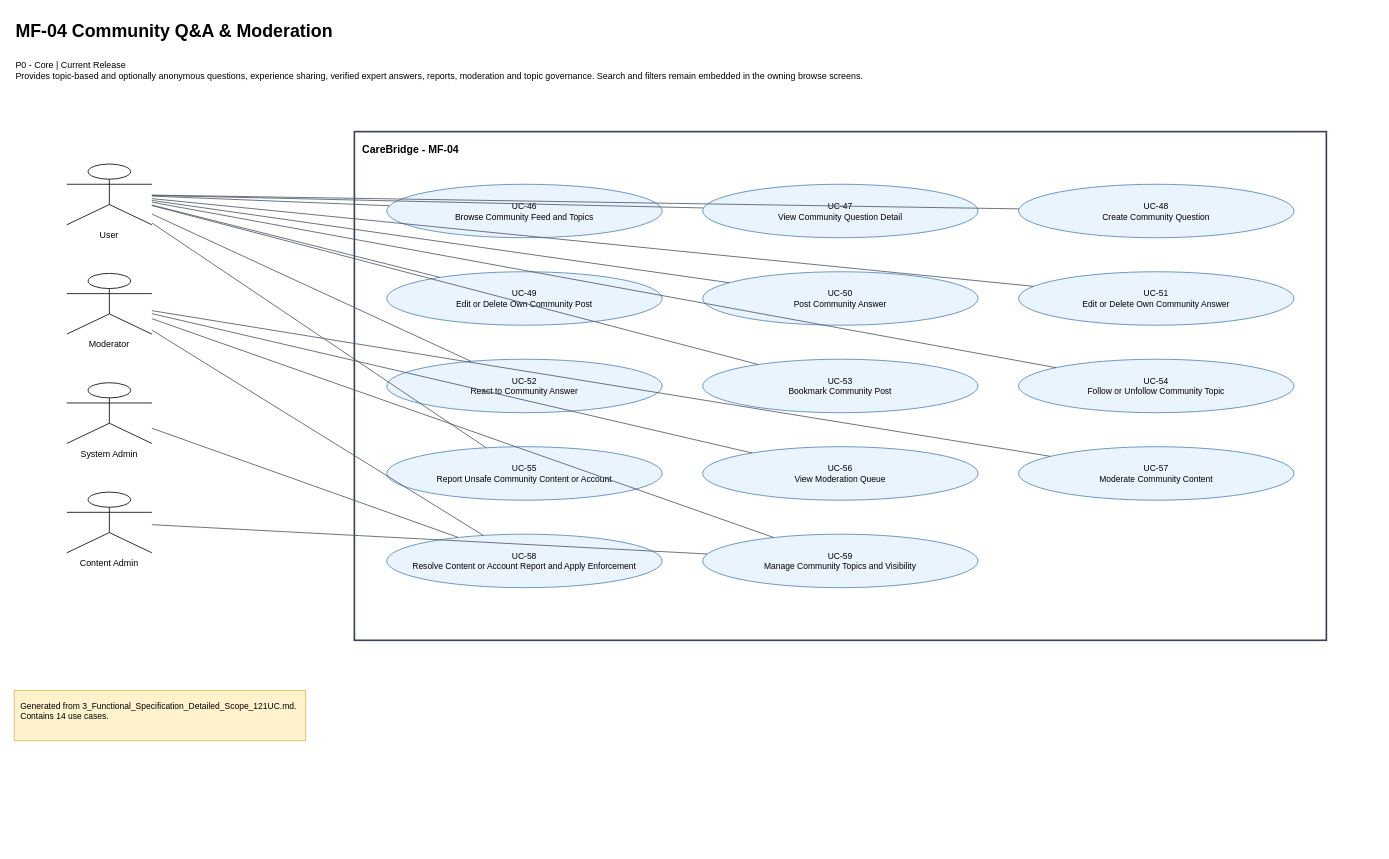
The draw.io diagram page "D-04. MF-04 Community Q&A & Moderation" (4 of 14) of 02_Requirements/UseCase/CareBridge_Use_Case_Diagrams.drawio in ChuongBDHE172784/CareBridge_SEP490_G79, before the edit. Source tidied: cells renumbered, new cells numbered last; positions are measured from the earlier drawing's top-left corner, leaving out a move shared by most shapes. Both pictures are drawn from the tidied source at 81%, with x=0, y=0 at pixel (14, 14).
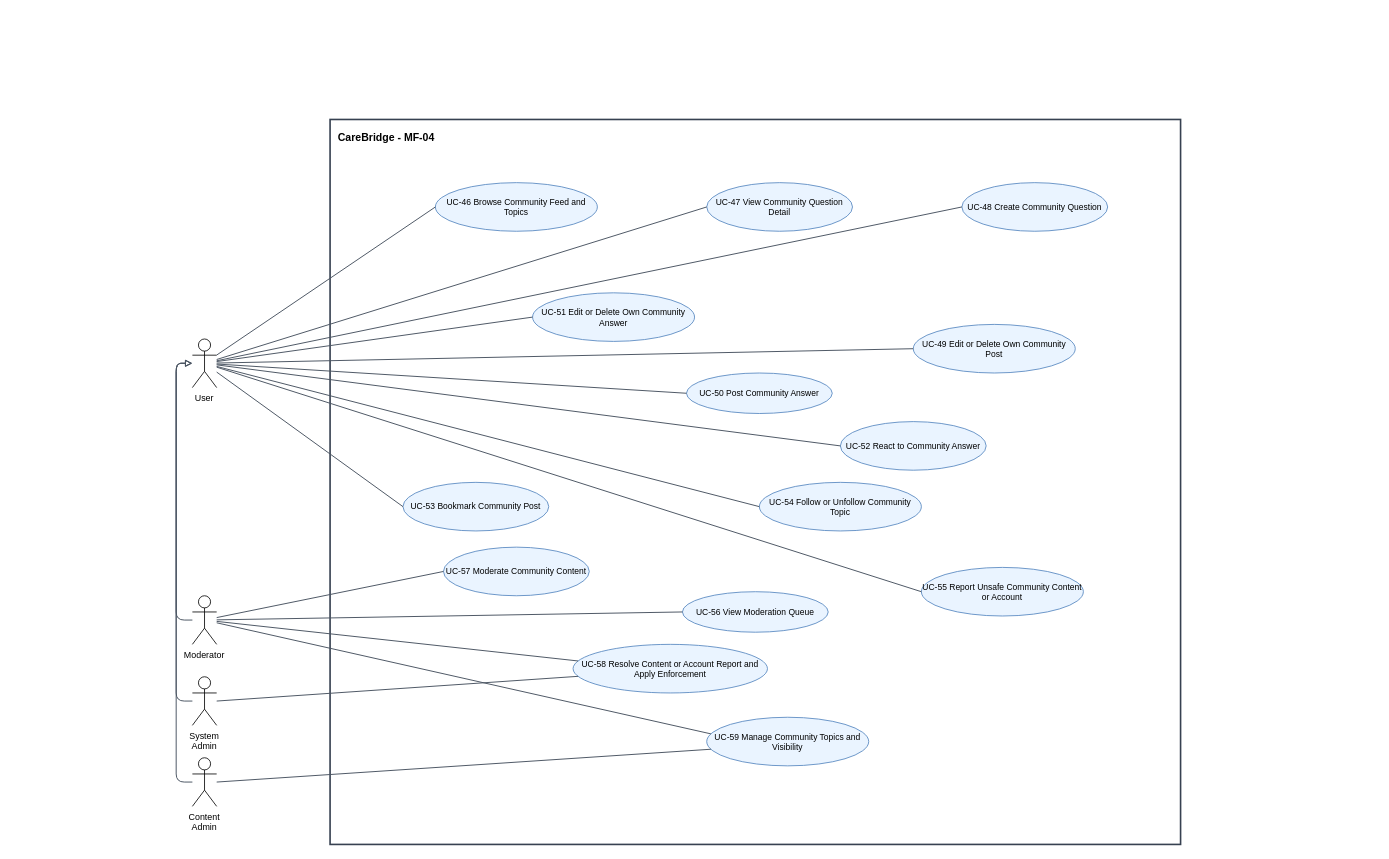
The same diagram, later.

The edit, as a diff of the source:
```diff
@@
-    <mxCell id="2" value="MF-04 Community Q&amp;A &amp; Moderation" style="text;html=1;strokeColor=none;fillColor=none;fontFamily=Arial;fontSize=22;fontStyle=1;align=left;verticalAlign=middle;" parent="1" vertex="1">
-      <mxGeometry width="1680" height="44" as="geometry" />
-    </mxCell>
-    <mxCell id="3" value="P0 - Core | Current Release&#10;Provides topic-based and optionally anonymous questions, experience sharing, verified expert answers, reports, moderation and topic governance. Search and filters remain embedded in the owning browse screens." style="text;html=1;strokeColor=none;fillColor=none;fontFamily=Arial;fontSize=11;align=left;verticalAlign=top;whiteSpace=wrap;" parent="1" vertex="1">
-      <mxGeometry y="50" width="1680" height="62" as="geometry" />
-    </mxCell>
     <mxCell id="4" value="CareBridge - MF-04" style="rounded=0;whiteSpace=wrap;html=1;fillColor=none;strokeColor=#374151;strokeWidth=2;fontFamily=Arial;fontSize=13;fontStyle=1;align=left;verticalAlign=top;spacing=10;" parent="1" vertex="1">
-      <mxGeometry x="420" y="145" width="1200" height="628" as="geometry" />
+      <mxGeometry x="390" y="130" width="1050" height="895" as="geometry" />
     </mxCell>
-    <mxCell id="5" value="Generated from 3_Functional_Specification_Detailed_Scope_121UC.md. Contains 14 use cases." style="rounded=0;whiteSpace=wrap;html=1;fillColor=#FFF2CC;strokeColor=#D6B656;fontFamily=Arial;fontSize=10.5;align=left;verticalAlign=top;spacing=8;" parent="1" vertex="1">
-      <mxGeometry y="835" width="360" height="62" as="geometry" />
-    </mxCell>
-    <mxCell id="6" value="User" style="shape=umlActor;verticalLabelPosition=bottom;verticalAlign=top;html=1;outlineConnect=0;whiteSpace=wrap;fontFamily=Arial;fontSize=11;align=center;" parent="1" vertex="1">
-      <mxGeometry x="65" y="185" width="105" height="75" as="geometry" />
-    </mxCell>
-    <mxCell id="7" value="Moderator" style="shape=umlActor;verticalLabelPosition=bottom;verticalAlign=top;html=1;outlineConnect=0;whiteSpace=wrap;fontFamily=Arial;fontSize=11;align=center;" parent="1" vertex="1">
-      <mxGeometry x="65" y="320" width="105" height="75" as="geometry" />
-    </mxCell>
-    <mxCell id="8" value="System Admin" style="shape=umlActor;verticalLabelPosition=bottom;verticalAlign=top;html=1;outlineConnect=0;whiteSpace=wrap;fontFamily=Arial;fontSize=11;align=center;" parent="1" vertex="1">
-      <mxGeometry x="65" y="455" width="105" height="75" as="geometry" />
-    </mxCell>
-    <mxCell id="9" value="Content Admin" style="shape=umlActor;verticalLabelPosition=bottom;verticalAlign=top;html=1;outlineConnect=0;whiteSpace=wrap;fontFamily=Arial;fontSize=11;align=center;" parent="1" vertex="1">
-      <mxGeometry x="65" y="590" width="105" height="75" as="geometry" />
-    </mxCell>
-    <mxCell id="10" value="UC-46&#10;Browse Community Feed and Topics" style="ellipse;whiteSpace=wrap;html=1;fillColor=#EAF4FF;strokeColor=#4F81BD;strokeWidth=1;fontFamily=Arial;fontSize=10.5;align=center;verticalAlign=middle;" parent="1" vertex="1">
-      <mxGeometry x="460" y="210" width="340" height="66" as="geometry" />
+    <mxCell id="10" value="UC-46 Browse Community Feed and Topics" style="ellipse;whiteSpace=wrap;html=1;fillColor=#EAF4FF;strokeColor=#4F81BD;strokeWidth=1;fontFamily=Arial;fontSize=10.5;align=center;verticalAlign=middle;" parent="4" vertex="1">
+      <mxGeometry x="130" y="78" width="200" height="60" as="geometry" />
     </mxCell>
-    <mxCell id="11" value="UC-47&#10;View Community Question Detail" style="ellipse;whiteSpace=wrap;html=1;fillColor=#EAF4FF;strokeColor=#4F81BD;strokeWidth=1;fontFamily=Arial;fontSize=10.5;align=center;verticalAlign=middle;" parent="1" vertex="1">
-      <mxGeometry x="850" y="210" width="340" height="66" as="geometry" />
+    <mxCell id="11" value="UC-47 View Community Question Detail" style="ellipse;whiteSpace=wrap;html=1;fillColor=#EAF4FF;strokeColor=#4F81BD;strokeWidth=1;fontFamily=Arial;fontSize=10.5;align=center;verticalAlign=middle;" parent="4" vertex="1">
+      <mxGeometry x="465" y="78" width="180" height="60" as="geometry" />
     </mxCell>
-    <mxCell id="12" value="UC-48&#10;Create Community Question" style="ellipse;whiteSpace=wrap;html=1;fillColor=#EAF4FF;strokeColor=#4F81BD;strokeWidth=1;fontFamily=Arial;fontSize=10.5;align=center;verticalAlign=middle;" parent="1" vertex="1">
-      <mxGeometry x="1240" y="210" width="340" height="66" as="geometry" />
+    <mxCell id="12" value="UC-48 Create Community Question" style="ellipse;whiteSpace=wrap;html=1;fillColor=#EAF4FF;strokeColor=#4F81BD;strokeWidth=1;fontFamily=Arial;fontSize=10.5;align=center;verticalAlign=middle;" parent="4" vertex="1">
+      <mxGeometry x="780" y="78" width="180" height="60" as="geometry" />
     </mxCell>
-    <mxCell id="13" value="UC-49&#10;Edit or Delete Own Community Post" style="ellipse;whiteSpace=wrap;html=1;fillColor=#EAF4FF;strokeColor=#4F81BD;strokeWidth=1;fontFamily=Arial;fontSize=10.5;align=center;verticalAlign=middle;" parent="1" vertex="1">
-      <mxGeometry x="460" y="318" width="340" height="66" as="geometry" />
+    <mxCell id="13" value="UC-49 Edit or Delete Own Community Post" style="ellipse;whiteSpace=wrap;html=1;fillColor=#EAF4FF;strokeColor=#4F81BD;strokeWidth=1;fontFamily=Arial;fontSize=10.5;align=center;verticalAlign=middle;" parent="4" vertex="1">
+      <mxGeometry x="720" y="253" width="200" height="60" as="geometry" />
     </mxCell>
-    <mxCell id="14" value="UC-50&#10;Post Community Answer" style="ellipse;whiteSpace=wrap;html=1;fillColor=#EAF4FF;strokeColor=#4F81BD;strokeWidth=1;fontFamily=Arial;fontSize=10.5;align=center;verticalAlign=middle;" parent="1" vertex="1">
-      <mxGeometry x="850" y="318" width="340" height="66" as="geometry" />
+    <mxCell id="14" value="UC-50 Post Community Answer" style="ellipse;whiteSpace=wrap;html=1;fillColor=#EAF4FF;strokeColor=#4F81BD;strokeWidth=1;fontFamily=Arial;fontSize=10.5;align=center;verticalAlign=middle;" parent="4" vertex="1">
+      <mxGeometry x="440" y="313" width="180" height="50" as="geometry" />
     </mxCell>
-    <mxCell id="15" value="UC-51&#10;Edit or Delete Own Community Answer" style="ellipse;whiteSpace=wrap;html=1;fillColor=#EAF4FF;strokeColor=#4F81BD;strokeWidth=1;fontFamily=Arial;fontSize=10.5;align=center;verticalAlign=middle;" parent="1" vertex="1">
-      <mxGeometry x="1240" y="318" width="340" height="66" as="geometry" />
+    <mxCell id="15" value="UC-51 Edit or Delete Own Community Answer" style="ellipse;whiteSpace=wrap;html=1;fillColor=#EAF4FF;strokeColor=#4F81BD;strokeWidth=1;fontFamily=Arial;fontSize=10.5;align=center;verticalAlign=middle;" parent="4" vertex="1">
+      <mxGeometry x="250" y="214" width="200" height="60" as="geometry" />
     </mxCell>
-    <mxCell id="16" value="UC-52&#10;React to Community Answer" style="ellipse;whiteSpace=wrap;html=1;fillColor=#EAF4FF;strokeColor=#4F81BD;strokeWidth=1;fontFamily=Arial;fontSize=10.5;align=center;verticalAlign=middle;" parent="1" vertex="1">
-      <mxGeometry x="460" y="426" width="340" height="66" as="geometry" />
+    <mxCell id="16" value="UC-52 React to Community Answer" style="ellipse;whiteSpace=wrap;html=1;fillColor=#EAF4FF;strokeColor=#4F81BD;strokeWidth=1;fontFamily=Arial;fontSize=10.5;align=center;verticalAlign=middle;" parent="4" vertex="1">
+      <mxGeometry x="630" y="373" width="180" height="60" as="geometry" />
     </mxCell>
-    <mxCell id="17" value="UC-53&#10;Bookmark Community Post" style="ellipse;whiteSpace=wrap;html=1;fillColor=#EAF4FF;strokeColor=#4F81BD;strokeWidth=1;fontFamily=Arial;fontSize=10.5;align=center;verticalAlign=middle;" parent="1" vertex="1">
-      <mxGeometry x="850" y="426" width="340" height="66" as="geometry" />
+    <mxCell id="17" value="UC-53 Bookmark Community Post" style="ellipse;whiteSpace=wrap;html=1;fillColor=#EAF4FF;strokeColor=#4F81BD;strokeWidth=1;fontFamily=Arial;fontSize=10.5;align=center;verticalAlign=middle;" parent="4" vertex="1">
+      <mxGeometry x="90" y="448" width="180" height="60" as="geometry" />
     </mxCell>
-    <mxCell id="18" value="UC-54&#10;Follow or Unfollow Community Topic" style="ellipse;whiteSpace=wrap;html=1;fillColor=#EAF4FF;strokeColor=#4F81BD;strokeWidth=1;fontFamily=Arial;fontSize=10.5;align=center;verticalAlign=middle;" parent="1" vertex="1">
-      <mxGeometry x="1240" y="426" width="340" height="66" as="geometry" />
+    <mxCell id="18" value="UC-54 Follow or Unfollow Community Topic" style="ellipse;whiteSpace=wrap;html=1;fillColor=#EAF4FF;strokeColor=#4F81BD;strokeWidth=1;fontFamily=Arial;fontSize=10.5;align=center;verticalAlign=middle;" parent="4" vertex="1">
+      <mxGeometry x="530" y="448" width="200" height="60" as="geometry" />
     </mxCell>
-    <mxCell id="19" value="UC-55&#10;Report Unsafe Community Content or Account" style="ellipse;whiteSpace=wrap;html=1;fillColor=#EAF4FF;strokeColor=#4F81BD;strokeWidth=1;fontFamily=Arial;fontSize=10.5;align=center;verticalAlign=middle;" parent="1" vertex="1">
-      <mxGeometry x="460" y="534" width="340" height="66" as="geometry" />
+    <mxCell id="19" value="UC-55 Report Unsafe Community Content or Account" style="ellipse;whiteSpace=wrap;html=1;fillColor=#EAF4FF;strokeColor=#4F81BD;strokeWidth=1;fontFamily=Arial;fontSize=10.5;align=center;verticalAlign=middle;" parent="4" vertex="1">
+      <mxGeometry x="730" y="553" width="200" height="60" as="geometry" />
     </mxCell>
-    <mxCell id="20" value="UC-56&#10;View Moderation Queue" style="ellipse;whiteSpace=wrap;html=1;fillColor=#EAF4FF;strokeColor=#4F81BD;strokeWidth=1;fontFamily=Arial;fontSize=10.5;align=center;verticalAlign=middle;" parent="1" vertex="1">
-      <mxGeometry x="850" y="534" width="340" height="66" as="geometry" />
+    <mxCell id="20" value="UC-56 View Moderation Queue" style="ellipse;whiteSpace=wrap;html=1;fillColor=#EAF4FF;strokeColor=#4F81BD;strokeWidth=1;fontFamily=Arial;fontSize=10.5;align=center;verticalAlign=middle;" parent="4" vertex="1">
+      <mxGeometry x="435" y="583" width="180" height="50" as="geometry" />
     </mxCell>
-    <mxCell id="21" value="UC-57&#10;Moderate Community Content" style="ellipse;whiteSpace=wrap;html=1;fillColor=#EAF4FF;strokeColor=#4F81BD;strokeWidth=1;fontFamily=Arial;fontSize=10.5;align=center;verticalAlign=middle;" parent="1" vertex="1">
-      <mxGeometry x="1240" y="534" width="340" height="66" as="geometry" />
+    <mxCell id="21" value="UC-57 Moderate Community Content" style="ellipse;whiteSpace=wrap;html=1;fillColor=#EAF4FF;strokeColor=#4F81BD;strokeWidth=1;fontFamily=Arial;fontSize=10.5;align=center;verticalAlign=middle;" parent="4" vertex="1">
+      <mxGeometry x="140" y="528" width="180" height="60" as="geometry" />
     </mxCell>
-    <mxCell id="22" value="UC-58&#10;Resolve Content or Account Report and Apply Enforcement" style="ellipse;whiteSpace=wrap;html=1;fillColor=#EAF4FF;strokeColor=#4F81BD;strokeWidth=1;fontFamily=Arial;fontSize=10.5;align=center;verticalAlign=middle;" parent="1" vertex="1">
-      <mxGeometry x="460" y="642" width="340" height="66" as="geometry" />
+    <mxCell id="22" value="UC-58 Resolve Content or Account Report and Apply Enforcement" style="ellipse;whiteSpace=wrap;html=1;fillColor=#EAF4FF;strokeColor=#4F81BD;strokeWidth=1;fontFamily=Arial;fontSize=10.5;align=center;verticalAlign=middle;" parent="4" vertex="1">
+      <mxGeometry x="300" y="648" width="240" height="60" as="geometry" />
     </mxCell>
-    <mxCell id="23" value="UC-59&#10;Manage Community Topics and Visibility" style="ellipse;whiteSpace=wrap;html=1;fillColor=#EAF4FF;strokeColor=#4F81BD;strokeWidth=1;fontFamily=Arial;fontSize=10.5;align=center;verticalAlign=middle;" parent="1" vertex="1">
-      <mxGeometry x="850" y="642" width="340" height="66" as="geometry" />
+    <mxCell id="23" value="UC-59 Manage Community Topics and Visibility" style="ellipse;whiteSpace=wrap;html=1;fillColor=#EAF4FF;strokeColor=#4F81BD;strokeWidth=1;fontFamily=Arial;fontSize=10.5;align=center;verticalAlign=middle;" parent="4" vertex="1">
+      <mxGeometry x="465" y="738" width="200" height="60" as="geometry" />
     </mxCell>
+    <mxCell id="6" value="User" style="shape=umlActor;verticalLabelPosition=bottom;verticalAlign=top;html=1;outlineConnect=0;whiteSpace=wrap;fontFamily=Arial;fontSize=11;align=center;" parent="1" vertex="1">
+      <mxGeometry x="220" y="401" width="30" height="60" as="geometry" />
+    </mxCell>
+    <mxCell id="7" value="Moderator" style="shape=umlActor;verticalLabelPosition=bottom;verticalAlign=top;html=1;outlineConnect=0;whiteSpace=wrap;fontFamily=Arial;fontSize=11;align=center;" parent="1" vertex="1">
+      <mxGeometry x="220" y="718" width="30" height="60" as="geometry" />
+    </mxCell>
+    <mxCell id="8" value="System Admin" style="shape=umlActor;verticalLabelPosition=bottom;verticalAlign=top;html=1;outlineConnect=0;whiteSpace=wrap;fontFamily=Arial;fontSize=11;align=center;" parent="1" vertex="1">
+      <mxGeometry x="220" y="818" width="30" height="60" as="geometry" />
+    </mxCell>
+    <mxCell id="9" value="Content Admin" style="shape=umlActor;verticalLabelPosition=bottom;verticalAlign=top;html=1;outlineConnect=0;whiteSpace=wrap;fontFamily=Arial;fontSize=11;align=center;" parent="1" vertex="1">
+      <mxGeometry x="220" y="918" width="30" height="60" as="geometry" />
+    </mxCell>
-    <mxCell id="24" style="endArrow=none;html=1;rounded=0;strokeColor=#4B5563;fontFamily=Arial;fontSize=9;" parent="1" edge="1" source="6" target="10">
+    <mxCell id="24" style="endArrow=none;html=1;rounded=0;strokeColor=#4B5563;fontFamily=Arial;fontSize=9;entryX=0;strokeWidth=1.2;edgeStyle=none;jettySize=auto;entryDy=0;entryY=0.5;entryDx=0;" parent="1" edge="1" source="6" target="10">
       <mxGeometry relative="1" as="geometry" />
     </mxCell>
-    <mxCell id="25" style="endArrow=none;html=1;rounded=0;strokeColor=#4B5563;fontFamily=Arial;fontSize=9;" parent="1" edge="1" source="6" target="11">
+    <mxCell id="25" style="endArrow=none;html=1;rounded=0;strokeColor=#4B5563;fontFamily=Arial;fontSize=9;entryX=0;strokeWidth=1.2;edgeStyle=none;jettySize=auto;entryDy=0;entryY=0.5;entryDx=0;" parent="1" edge="1" source="6" target="11">
       <mxGeometry relative="1" as="geometry" />
     </mxCell>
-    <mxCell id="26" style="endArrow=none;html=1;rounded=0;strokeColor=#4B5563;fontFamily=Arial;fontSize=9;" parent="1" edge="1" source="6" target="12">
+    <mxCell id="26" style="endArrow=none;html=1;rounded=0;strokeColor=#4B5563;fontFamily=Arial;fontSize=9;entryX=0;strokeWidth=1.2;edgeStyle=none;jettySize=auto;entryDy=0;entryY=0.5;entryDx=0;" parent="1" edge="1" source="6" target="12">
       <mxGeometry relative="1" as="geometry" />
     </mxCell>
-    <mxCell id="27" style="endArrow=none;html=1;rounded=0;strokeColor=#4B5563;fontFamily=Arial;fontSize=9;" parent="1" edge="1" source="6" target="13">
+    <mxCell id="27" style="endArrow=none;html=1;rounded=0;strokeColor=#4B5563;fontFamily=Arial;fontSize=9;entryX=0;strokeWidth=1.2;edgeStyle=none;jettySize=auto;entryDy=0;entryY=0.5;entryDx=0;" parent="1" edge="1" source="6" target="13">
       <mxGeometry relative="1" as="geometry" />
     </mxCell>
-    <mxCell id="28" style="endArrow=none;html=1;rounded=0;strokeColor=#4B5563;fontFamily=Arial;fontSize=9;" parent="1" edge="1" source="6" target="14">
+    <mxCell id="28" style="endArrow=none;html=1;rounded=0;strokeColor=#4B5563;fontFamily=Arial;fontSize=9;entryX=0;strokeWidth=1.2;edgeStyle=none;jettySize=auto;entryDy=0;entryY=0.5;entryDx=0;" parent="1" edge="1" source="6" target="14">
       <mxGeometry relative="1" as="geometry" />
     </mxCell>
-    <mxCell id="29" style="endArrow=none;html=1;rounded=0;strokeColor=#4B5563;fontFamily=Arial;fontSize=9;" parent="1" edge="1" source="6" target="15">
+    <mxCell id="29" style="endArrow=none;html=1;rounded=0;strokeColor=#4B5563;fontFamily=Arial;fontSize=9;entryX=0;strokeWidth=1.2;edgeStyle=none;jettySize=auto;entryDy=0;entryY=0.5;entryDx=0;" parent="1" edge="1" source="6" target="15">
       <mxGeometry relative="1" as="geometry" />
     </mxCell>
-    <mxCell id="30" style="endArrow=none;html=1;rounded=0;strokeColor=#4B5563;fontFamily=Arial;fontSize=9;" parent="1" edge="1" source="6" target="16">
+    <mxCell id="30" style="endArrow=none;html=1;rounded=0;strokeColor=#4B5563;fontFamily=Arial;fontSize=9;entryX=0;strokeWidth=1.2;edgeStyle=none;jettySize=auto;entryDy=0;entryY=0.5;entryDx=0;" parent="1" edge="1" source="6" target="16">
       <mxGeometry relative="1" as="geometry" />
     </mxCell>
-    <mxCell id="31" style="endArrow=none;html=1;rounded=0;strokeColor=#4B5563;fontFamily=Arial;fontSize=9;" parent="1" edge="1" source="6" target="17">
+    <mxCell id="31" style="endArrow=none;html=1;rounded=0;strokeColor=#4B5563;fontFamily=Arial;fontSize=9;entryX=0;strokeWidth=1.2;edgeStyle=none;jettySize=auto;entryDy=0;entryY=0.5;entryDx=0;" parent="1" edge="1" source="6" target="17">
       <mxGeometry relative="1" as="geometry" />
     </mxCell>
-    <mxCell id="32" style="endArrow=none;html=1;rounded=0;strokeColor=#4B5563;fontFamily=Arial;fontSize=9;" parent="1" edge="1" source="6" target="18">
+    <mxCell id="32" style="endArrow=none;html=1;rounded=0;strokeColor=#4B5563;fontFamily=Arial;fontSize=9;entryX=0;strokeWidth=1.2;edgeStyle=none;jettySize=auto;entryDy=0;entryY=0.5;entryDx=0;" parent="1" edge="1" source="6" target="18">
       <mxGeometry relative="1" as="geometry" />
     </mxCell>
-    <mxCell id="33" style="endArrow=none;html=1;rounded=0;strokeColor=#4B5563;fontFamily=Arial;fontSize=9;" parent="1" edge="1" source="6" target="19">
+    <mxCell id="33" style="endArrow=none;html=1;rounded=0;strokeColor=#4B5563;fontFamily=Arial;fontSize=9;entryX=0;strokeWidth=1.2;edgeStyle=none;jettySize=auto;entryDy=0;entryY=0.5;entryDx=0;" parent="1" edge="1" source="6" target="19">
       <mxGeometry relative="1" as="geometry" />
     </mxCell>
-    <mxCell id="34" style="endArrow=none;html=1;rounded=0;strokeColor=#4B5563;fontFamily=Arial;fontSize=9;" parent="1" edge="1" source="7" target="20">
+    <mxCell id="34" style="endArrow=none;html=1;rounded=0;strokeColor=#4B5563;fontFamily=Arial;fontSize=9;entryX=0;strokeWidth=1.2;edgeStyle=none;jettySize=auto;entryDy=0;entryY=0.5;entryDx=0;" parent="1" edge="1" source="7" target="20">
       <mxGeometry relative="1" as="geometry" />
     </mxCell>
-    <mxCell id="35" style="endArrow=none;html=1;rounded=0;strokeColor=#4B5563;fontFamily=Arial;fontSize=9;" parent="1" edge="1" source="7" target="21">
+    <mxCell id="35" style="endArrow=none;html=1;rounded=0;strokeColor=#4B5563;fontFamily=Arial;fontSize=9;entryX=0;strokeWidth=1.2;edgeStyle=none;jettySize=auto;entryDy=0;entryY=0.5;entryDx=0;" parent="1" edge="1" source="7" target="21">
       <mxGeometry relative="1" as="geometry" />
     </mxCell>
-    <mxCell id="36" style="endArrow=none;html=1;rounded=0;strokeColor=#4B5563;fontFamily=Arial;fontSize=9;" parent="1" edge="1" source="7" target="22">
+    <mxCell id="36" style="endArrow=none;html=1;rounded=0;strokeColor=#4B5563;fontFamily=Arial;fontSize=9;entryX=0;strokeWidth=1.2;edgeStyle=none;jettySize=auto;entryDy=0;entryY=0.333;entryDx=0;" parent="1" edge="1" source="7" target="22">
       <mxGeometry relative="1" as="geometry" />
     </mxCell>
-    <mxCell id="37" style="endArrow=none;html=1;rounded=0;strokeColor=#4B5563;fontFamily=Arial;fontSize=9;" parent="1" edge="1" source="8" target="22">
+    <mxCell id="37" style="endArrow=none;html=1;rounded=0;strokeColor=#4B5563;fontFamily=Arial;fontSize=9;exitDx=0;entryX=0;strokeWidth=1.2;edgeStyle=none;jettySize=auto;exitY=0.5;entryDy=0;exitDy=0;entryY=0.667;entryDx=0;exitX=1;" parent="1" edge="1" source="8" target="22">
       <mxGeometry relative="1" as="geometry" />
     </mxCell>
-    <mxCell id="38" style="endArrow=none;html=1;rounded=0;strokeColor=#4B5563;fontFamily=Arial;fontSize=9;" parent="1" edge="1" source="7" target="23">
+    <mxCell id="38" style="endArrow=none;html=1;rounded=0;strokeColor=#4B5563;fontFamily=Arial;fontSize=9;entryX=0;strokeWidth=1.2;edgeStyle=none;jettySize=auto;entryDy=0;entryY=0.333;entryDx=0;" parent="1" edge="1" source="7" target="23">
       <mxGeometry relative="1" as="geometry" />
     </mxCell>
-    <mxCell id="39" style="endArrow=none;html=1;rounded=0;strokeColor=#4B5563;fontFamily=Arial;fontSize=9;" parent="1" edge="1" source="9" target="23">
+    <mxCell id="39" style="endArrow=none;html=1;rounded=0;strokeColor=#4B5563;fontFamily=Arial;fontSize=9;exitDx=0;entryX=0;strokeWidth=1.2;edgeStyle=none;jettySize=auto;exitY=0.5;entryDy=0;exitDy=0;entryY=0.667;entryDx=0;exitX=1;" parent="1" edge="1" source="9" target="23">
       <mxGeometry relative="1" as="geometry" />
     </mxCell>
+    <mxCell id="40" style="edgeStyle=orthogonalEdgeStyle;rounded=1;jettySize=auto;html=1;endArrow=block;endFill=0;strokeColor=#4B5563;strokeWidth=1.2;exitDy=0;exitDx=0;entryDx=0;entryY=0.5;exitX=0;exitY=0.5;entryDy=0;entryX=0;" parent="1" edge="1" source="7" target="6">
+      <mxGeometry relative="1" as="geometry" />
+    </mxCell>
+    <mxCell id="41" style="edgeStyle=orthogonalEdgeStyle;rounded=1;jettySize=auto;html=1;endArrow=block;endFill=0;strokeColor=#4B5563;strokeWidth=1.2;exitDy=0;exitDx=0;entryDx=0;entryY=0.5;exitX=0;exitY=0.5;entryDy=0;entryX=0;" parent="1" edge="1" source="8" target="6">
+      <mxGeometry relative="1" as="geometry" />
+    </mxCell>
+    <mxCell id="42" style="edgeStyle=orthogonalEdgeStyle;rounded=1;jettySize=auto;html=1;endArrow=block;endFill=0;strokeColor=#4B5563;strokeWidth=1.2;exitDy=0;exitDx=0;entryDx=0;entryY=0.5;exitX=0;exitY=0.5;entryDy=0;entryX=0;" parent="1" edge="1" source="9" target="6">
+      <mxGeometry relative="1" as="geometry" />
+    </mxCell>
```
